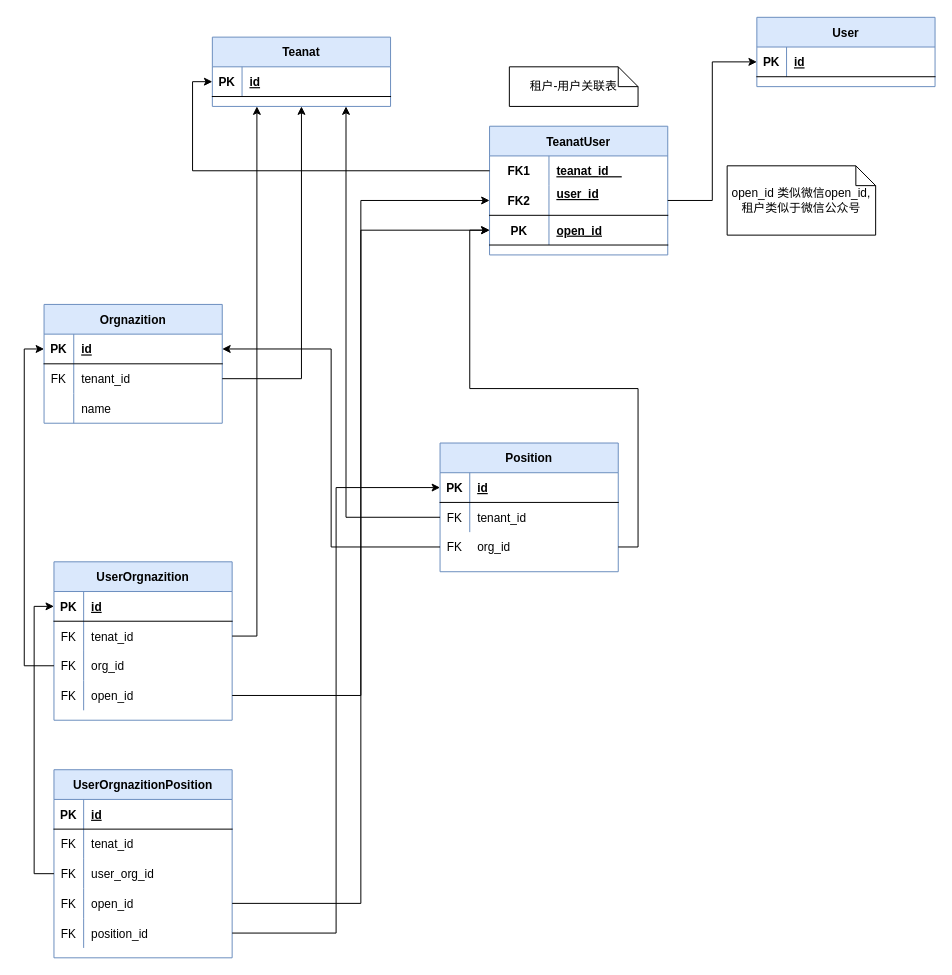
wupanwei/draft keeps this draw.io diagram as page "erd" (2 of 3) of Untitled Diagram.drawio. Above is the earlier version. Source tidied: cells renumbered, new cells numbered last; positions are measured from the earlier drawing's top-left corner, leaving out a move shared by most shapes. Both pictures are drawn from the tidied source at 99%, with x=0, y=0 at pixel (44, 17).
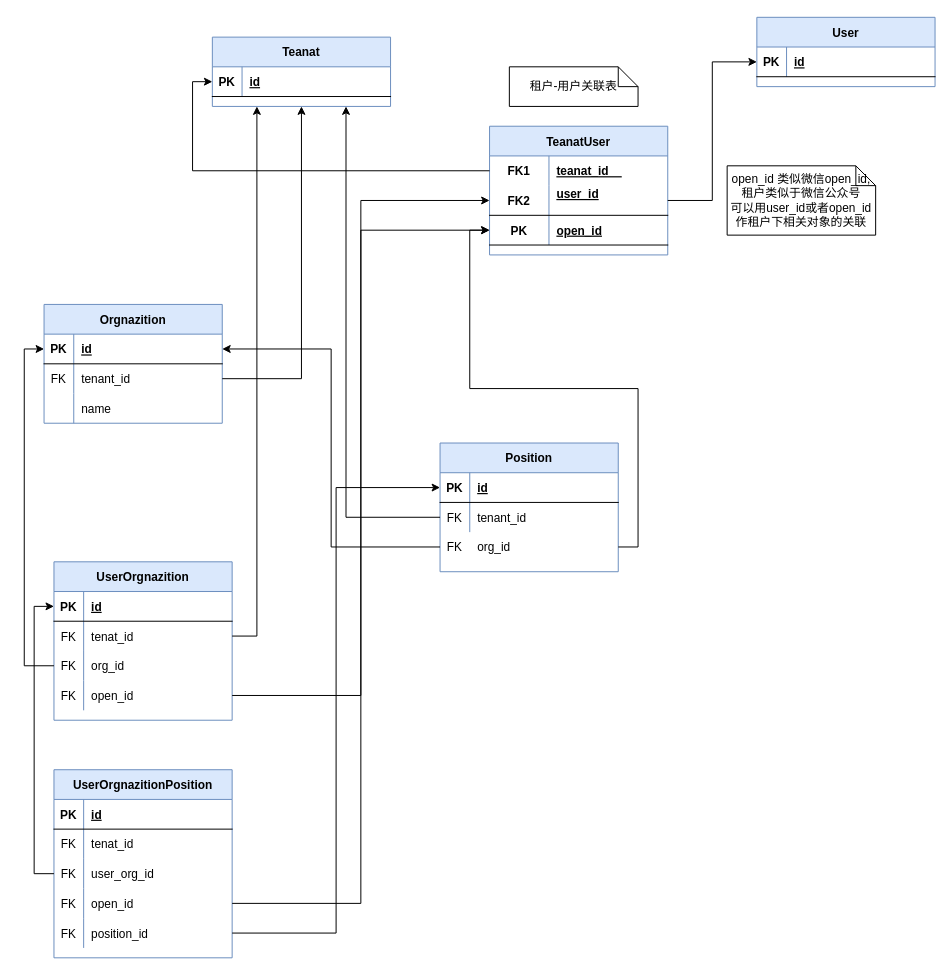
The same page after the edit.

The edit, as a diff of the source:
```diff
@@
-    <mxCell id="43" value="open_id 类似微信open_id,租户类似于微信公众号" style="shape=note;size=20;whiteSpace=wrap;html=1;" parent="1" vertex="1">
+    <mxCell id="43" value="open_id 类似微信open_id,租户类似于微信公众号&lt;br&gt;可以用user_id或者open_id作租户下相关对象的关联" style="shape=note;size=20;whiteSpace=wrap;html=1;" parent="1" vertex="1">
       <mxGeometry x="690" y="150" width="150" height="70" as="geometry" />
     </mxCell>
```
